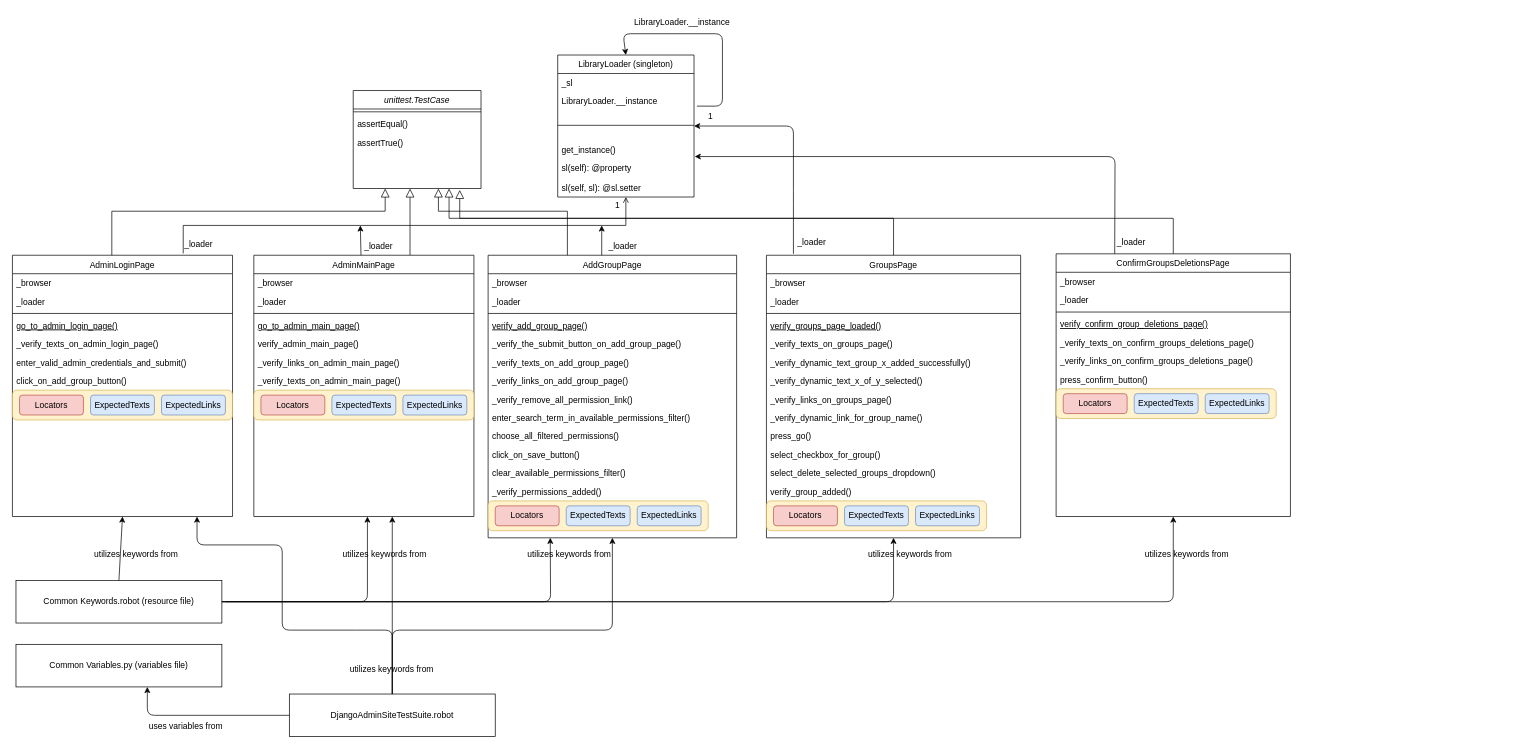
Above: Uml-Draw.io/DjangoAdminSiteTestSuite.drawio in TeddyTeddy/robot-fw-seleniumlibrary-tests (draw.io), before the change. Source tidied: cells renumbered, new cells numbered last; positions are measured from the earlier drawing's top-left corner, leaving out a move shared by most shapes. Both pictures are drawn from the tidied source at 71%, with x=0, y=0 at pixel (12, 12).
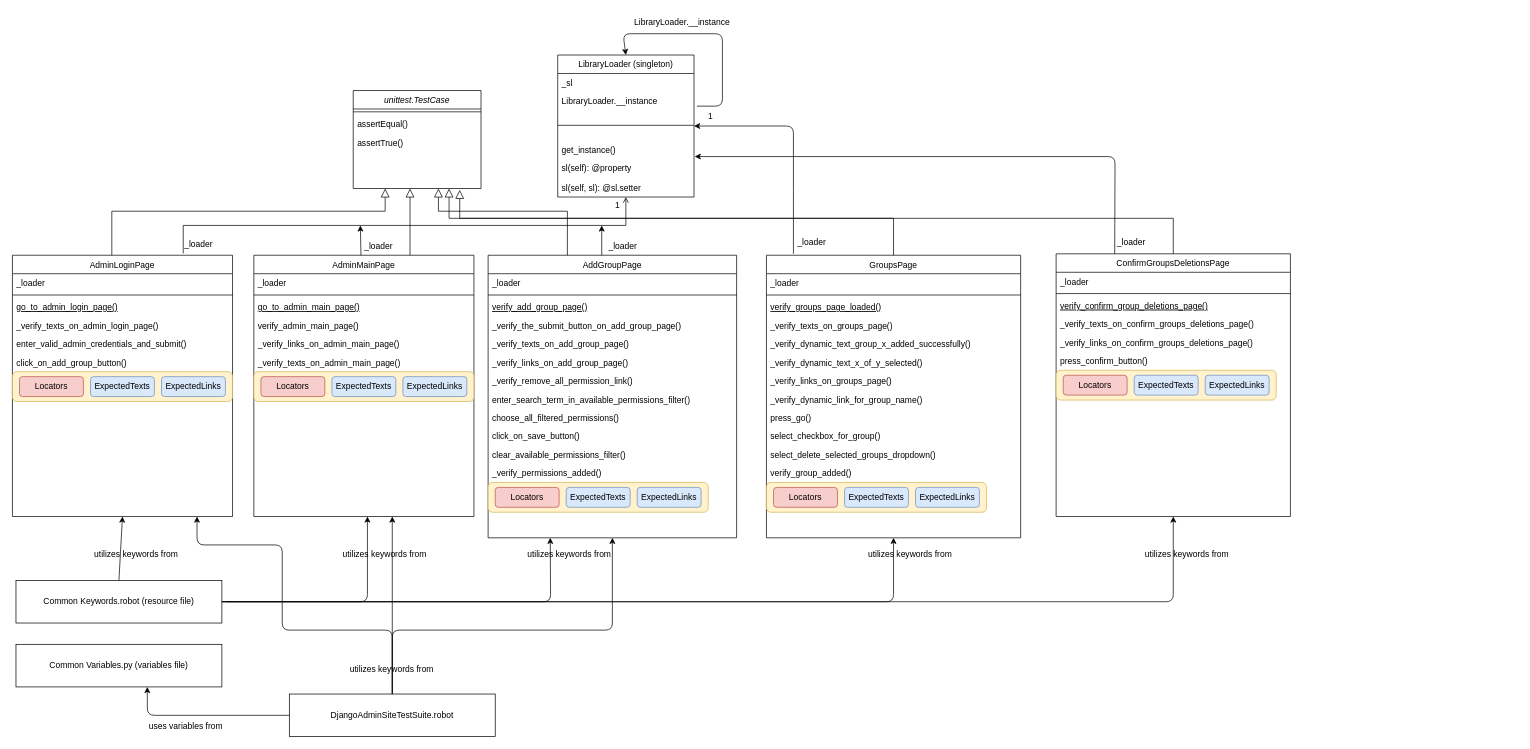
The same page after the edit.

Commit message (it also covers changes not shown here):
Updating UML diagrams with browser instance variables removed from *Page.py libraries

The change refers to these unchanged cells:
```xml
<mxCell id="6" value="AdminLoginPage" style="swimlane;fontStyle=0;align=center;verticalAlign=top;horizontal=1;startSize=26;rounded=0;shadow=0;strokeWidth=1;" parent="1" vertex="1">
  <mxGeometry y="342" width="310" height="368" as="geometry" />
</mxCell>
<mxCell id="33" value="AdminMainPage" style="swimlane;fontStyle=0;align=center;verticalAlign=top;horizontal=1;startSize=26;rounded=0;shadow=0;strokeWidth=1;" parent="1" vertex="1">
  <mxGeometry x="340" y="342" width="310" height="368" as="geometry" />
</mxCell>
<mxCell id="46" value="AddGroupPage" style="swimlane;fontStyle=0;align=center;verticalAlign=top;horizontal=1;startSize=26;rounded=0;shadow=0;strokeWidth=1;" parent="1" vertex="1">
  <mxGeometry x="670" y="342" width="350" height="398" as="geometry" />
</mxCell>
<mxCell id="71" value="GroupsPage" style="swimlane;fontStyle=0;align=center;verticalAlign=top;horizontal=1;startSize=26;rounded=0;shadow=0;strokeWidth=1;" parent="1" vertex="1">
  <mxGeometry x="1062" y="342" width="358" height="398" as="geometry" />
</mxCell>
<mxCell id="93" value="ConfirmGroupsDeletionsPage" style="swimlane;fontStyle=0;align=center;verticalAlign=top;horizontal=1;startSize=26;rounded=0;shadow=0;strokeWidth=1;" parent="1" vertex="1">
  <mxGeometry x="1470" y="340" width="330" height="370" as="geometry" />
</mxCell>
```

The edit, as a diff of the source:
```diff
@@
-    <mxCell id="7" value="_browser" style="text;align=left;verticalAlign=top;spacingLeft=4;spacingRight=4;overflow=hidden;" parent="6" vertex="1">
-      <mxGeometry y="26" width="310" height="26" as="geometry" />
-    </mxCell>
     <mxCell id="8" value="_loader" style="text;align=left;verticalAlign=top;spacingLeft=4;spacingRight=4;overflow=hidden;rounded=0;shadow=0;html=0;" parent="6" vertex="1">
-      <mxGeometry y="52" width="310" height="26" as="geometry" />
+      <mxGeometry y="26" width="310" height="26" as="geometry" />
     </mxCell>
     <mxCell id="9" style="line;html=1;strokeWidth=1;align=left;verticalAlign=middle;spacingTop=-1;spacingLeft=3;spacingRight=3;labelPosition=right;" parent="6" vertex="1">
-      <mxGeometry y="78" width="310" height="8" as="geometry" />
+      <mxGeometry y="52" width="310" height="8" as="geometry" />
     </mxCell>
     <mxCell id="10" value="go_to_admin_login_page()" style="text;align=left;verticalAlign=top;spacingLeft=4;spacingRight=4;overflow=hidden;fontStyle=4;" parent="6" vertex="1">
-      <mxGeometry y="86" width="310" height="26" as="geometry" />
+      <mxGeometry y="60" width="310" height="26" as="geometry" />
     </mxCell>
     <mxCell id="11" value="_verify_texts_on_admin_login_page()&#10;" style="text;align=left;verticalAlign=top;spacingLeft=4;spacingRight=4;overflow=hidden;" parent="6" vertex="1">
-      <mxGeometry y="112" width="310" height="26" as="geometry" />
+      <mxGeometry y="86" width="310" height="26" as="geometry" />
     </mxCell>
     <mxCell id="12" value="enter_valid_admin_credentials_and_submit()&#10;" style="text;align=left;verticalAlign=top;spacingLeft=4;spacingRight=4;overflow=hidden;" parent="6" vertex="1">
-      <mxGeometry y="138" width="310" height="26" as="geometry" />
+      <mxGeometry y="112" width="310" height="26" as="geometry" />
     </mxCell>
     <mxCell id="13" value="click_on_add_group_button()" style="text;align=left;verticalAlign=top;spacingLeft=4;spacingRight=4;overflow=hidden;" parent="6" vertex="1">
-      <mxGeometry y="164" width="310" height="26" as="geometry" />
+      <mxGeometry y="138" width="310" height="26" as="geometry" />
     </mxCell>
     <mxCell id="14" style="group;" parent="6" vertex="1">
-      <mxGeometry y="190" width="310" height="42" as="geometry" />
+      <mxGeometry y="164" width="310" height="42" as="geometry" />
     </mxCell>
@@
-    <mxCell id="34" value="_browser" style="text;align=left;verticalAlign=top;spacingLeft=4;spacingRight=4;overflow=hidden;" parent="33" vertex="1">
-      <mxGeometry y="26" width="310" height="26" as="geometry" />
-    </mxCell>
     <mxCell id="35" value="_loader" style="text;align=left;verticalAlign=top;spacingLeft=4;spacingRight=4;overflow=hidden;rounded=0;shadow=0;html=0;" parent="33" vertex="1">
-      <mxGeometry y="52" width="310" height="26" as="geometry" />
+      <mxGeometry y="26" width="310" height="26" as="geometry" />
     </mxCell>
     <mxCell id="36" style="line;html=1;strokeWidth=1;align=left;verticalAlign=middle;spacingTop=-1;spacingLeft=3;spacingRight=3;labelPosition=right;" parent="33" vertex="1">
-      <mxGeometry y="78" width="310" height="8" as="geometry" />
+      <mxGeometry y="52" width="310" height="8" as="geometry" />
     </mxCell>
     <mxCell id="37" value="go_to_admin_main_page()" style="text;align=left;verticalAlign=top;spacingLeft=4;spacingRight=4;overflow=hidden;fontStyle=4;" parent="33" vertex="1">
-      <mxGeometry y="86" width="310" height="26" as="geometry" />
+      <mxGeometry y="60" width="310" height="26" as="geometry" />
     </mxCell>
     <mxCell id="38" value="verify_admin_main_page()" style="text;align=left;verticalAlign=top;spacingLeft=4;spacingRight=4;overflow=hidden;" parent="33" vertex="1">
-      <mxGeometry y="112" width="310" height="26" as="geometry" />
+      <mxGeometry y="86" width="310" height="26" as="geometry" />
     </mxCell>
     <mxCell id="39" value="_verify_links_on_admin_main_page()&#10;" style="text;align=left;verticalAlign=top;spacingLeft=4;spacingRight=4;overflow=hidden;" parent="33" vertex="1">
-      <mxGeometry y="138" width="310" height="26" as="geometry" />
+      <mxGeometry y="112" width="310" height="26" as="geometry" />
     </mxCell>
     <mxCell id="40" value="_verify_texts_on_admin_main_page()" style="text;align=left;verticalAlign=top;spacingLeft=4;spacingRight=4;overflow=hidden;" parent="33" vertex="1">
-      <mxGeometry y="164" width="310" height="26" as="geometry" />
+      <mxGeometry y="138" width="310" height="26" as="geometry" />
     </mxCell>
     <mxCell id="41" style="group;" parent="33" vertex="1">
-      <mxGeometry y="190" width="310" height="42" as="geometry" />
+      <mxGeometry y="164" width="310" height="42" as="geometry" />
     </mxCell>
@@
-    <mxCell id="47" value="_browser" style="text;align=left;verticalAlign=top;spacingLeft=4;spacingRight=4;overflow=hidden;" parent="46" vertex="1">
-      <mxGeometry y="26" width="350" height="26" as="geometry" />
-    </mxCell>
     <mxCell id="48" value="_loader" style="text;align=left;verticalAlign=top;spacingLeft=4;spacingRight=4;overflow=hidden;rounded=0;shadow=0;html=0;" parent="46" vertex="1">
-      <mxGeometry y="52" width="350" height="26" as="geometry" />
+      <mxGeometry y="26" width="350" height="26" as="geometry" />
     </mxCell>
     <mxCell id="49" style="line;html=1;strokeWidth=1;align=left;verticalAlign=middle;spacingTop=-1;spacingLeft=3;spacingRight=3;labelPosition=right;" parent="46" vertex="1">
-      <mxGeometry y="78" width="350" height="8" as="geometry" />
+      <mxGeometry y="52" width="350" height="8" as="geometry" />
     </mxCell>
     <mxCell id="50" value="verify_add_group_page()" style="text;align=left;verticalAlign=top;spacingLeft=4;spacingRight=4;overflow=hidden;fontStyle=4;" parent="46" vertex="1">
-      <mxGeometry y="86" width="350" height="26" as="geometry" />
+      <mxGeometry y="60" width="350" height="26" as="geometry" />
     </mxCell>
     <mxCell id="51" value="_verify_the_submit_button_on_add_group_page()" style="text;align=left;verticalAlign=top;spacingLeft=4;spacingRight=4;overflow=hidden;" parent="46" vertex="1">
-      <mxGeometry y="112" width="350" height="26" as="geometry" />
+      <mxGeometry y="86" width="350" height="26" as="geometry" />
     </mxCell>
     <mxCell id="52" value="_verify_texts_on_add_group_page()&#10;" style="text;align=left;verticalAlign=top;spacingLeft=4;spacingRight=4;overflow=hidden;" parent="46" vertex="1">
-      <mxGeometry y="138" width="350" height="26" as="geometry" />
+      <mxGeometry y="112" width="350" height="26" as="geometry" />
     </mxCell>
     <mxCell id="53" value="_verify_links_on_add_group_page()" style="text;align=left;verticalAlign=top;spacingLeft=4;spacingRight=4;overflow=hidden;" parent="46" vertex="1">
-      <mxGeometry y="164" width="350" height="26" as="geometry" />
+      <mxGeometry y="138" width="350" height="26" as="geometry" />
     </mxCell>
     <mxCell id="54" value="_verify_remove_all_permission_link()" style="text;align=left;verticalAlign=top;spacingLeft=4;spacingRight=4;overflow=hidden;" parent="46" vertex="1">
-      <mxGeometry y="190" width="350" height="26" as="geometry" />
+      <mxGeometry y="164" width="350" height="26" as="geometry" />
     </mxCell>
     <mxCell id="55" value="enter_search_term_in_available_permissions_filter()" style="text;align=left;verticalAlign=top;spacingLeft=4;spacingRight=4;overflow=hidden;" parent="46" vertex="1">
-      <mxGeometry y="216" width="350" height="26" as="geometry" />
+      <mxGeometry y="190" width="350" height="26" as="geometry" />
     </mxCell>
     <mxCell id="56" value="choose_all_filtered_permissions()" style="text;align=left;verticalAlign=top;spacingLeft=4;spacingRight=4;overflow=hidden;" parent="46" vertex="1">
-      <mxGeometry y="242" width="350" height="26" as="geometry" />
+      <mxGeometry y="216" width="350" height="26" as="geometry" />
     </mxCell>
     <mxCell id="57" value="click_on_save_button()" style="text;align=left;verticalAlign=top;spacingLeft=4;spacingRight=4;overflow=hidden;" parent="46" vertex="1">
-      <mxGeometry y="268" width="350" height="26" as="geometry" />
+      <mxGeometry y="242" width="350" height="26" as="geometry" />
     </mxCell>
     <mxCell id="58" value="clear_available_permissions_filter()" style="text;align=left;verticalAlign=top;spacingLeft=4;spacingRight=4;overflow=hidden;" parent="46" vertex="1">
-      <mxGeometry y="294" width="350" height="26" as="geometry" />
+      <mxGeometry y="268" width="350" height="26" as="geometry" />
     </mxCell>
     <mxCell id="59" value="_verify_permissions_added()" style="text;align=left;verticalAlign=top;spacingLeft=4;spacingRight=4;overflow=hidden;" parent="46" vertex="1">
-      <mxGeometry y="320" width="350" height="26" as="geometry" />
+      <mxGeometry y="294" width="350" height="26" as="geometry" />
     </mxCell>
     <mxCell id="60" style="group;" parent="46" vertex="1">
-      <mxGeometry y="346" width="350" height="42" as="geometry" />
+      <mxGeometry y="320" width="350" height="42" as="geometry" />
     </mxCell>
@@
-    <mxCell id="72" value="_browser" style="text;align=left;verticalAlign=top;spacingLeft=4;spacingRight=4;overflow=hidden;" parent="71" vertex="1">
-      <mxGeometry y="26" width="358" height="26" as="geometry" />
-    </mxCell>
     <mxCell id="73" value="_loader" style="text;align=left;verticalAlign=top;spacingLeft=4;spacingRight=4;overflow=hidden;rounded=0;shadow=0;html=0;" parent="71" vertex="1">
-      <mxGeometry y="52" width="358" height="26" as="geometry" />
+      <mxGeometry y="26" width="358" height="26" as="geometry" />
     </mxCell>
     <mxCell id="74" style="line;html=1;strokeWidth=1;align=left;verticalAlign=middle;spacingTop=-1;spacingLeft=3;spacingRight=3;labelPosition=right;" parent="71" vertex="1">
-      <mxGeometry y="78" width="358" height="8" as="geometry" />
+      <mxGeometry y="52" width="358" height="8" as="geometry" />
     </mxCell>
     <mxCell id="75" value="verify_groups_page_loaded()" style="text;align=left;verticalAlign=top;spacingLeft=4;spacingRight=4;overflow=hidden;fontStyle=4;" parent="71" vertex="1">
-      <mxGeometry y="86" width="358" height="26" as="geometry" />
+      <mxGeometry y="60" width="358" height="26" as="geometry" />
     </mxCell>
     <mxCell id="76" value="_verify_texts_on_groups_page()" style="text;align=left;verticalAlign=top;spacingLeft=4;spacingRight=4;overflow=hidden;" parent="71" vertex="1">
-      <mxGeometry y="112" width="358" height="26" as="geometry" />
+      <mxGeometry y="86" width="358" height="26" as="geometry" />
     </mxCell>
     <mxCell id="77" value="_verify_dynamic_text_group_x_added_successfully()" style="text;align=left;verticalAlign=top;spacingLeft=4;spacingRight=4;overflow=hidden;" parent="71" vertex="1">
-      <mxGeometry y="138" width="358" height="26" as="geometry" />
+      <mxGeometry y="112" width="358" height="26" as="geometry" />
     </mxCell>
     <mxCell id="78" value="_verify_dynamic_text_x_of_y_selected()" style="text;align=left;verticalAlign=top;spacingLeft=4;spacingRight=4;overflow=hidden;" parent="71" vertex="1">
-      <mxGeometry y="164" width="358" height="26" as="geometry" />
+      <mxGeometry y="138" width="358" height="26" as="geometry" />
     </mxCell>
     <mxCell id="79" value="_verify_links_on_groups_page()&#10;" style="text;align=left;verticalAlign=top;spacingLeft=4;spacingRight=4;overflow=hidden;" parent="71" vertex="1">
-      <mxGeometry y="190" width="358" height="26" as="geometry" />
+      <mxGeometry y="164" width="358" height="26" as="geometry" />
     </mxCell>
     <mxCell id="80" value="_verify_dynamic_link_for_group_name()" style="text;align=left;verticalAlign=top;spacingLeft=4;spacingRight=4;overflow=hidden;" parent="71" vertex="1">
-      <mxGeometry y="216" width="358" height="26" as="geometry" />
+      <mxGeometry y="190" width="358" height="26" as="geometry" />
     </mxCell>
     <mxCell id="81" value="press_go()" style="text;align=left;verticalAlign=top;spacingLeft=4;spacingRight=4;overflow=hidden;" parent="71" vertex="1">
-      <mxGeometry y="242" width="358" height="26" as="geometry" />
+      <mxGeometry y="216" width="358" height="26" as="geometry" />
     </mxCell>
     <mxCell id="82" value="select_checkbox_for_group()" style="text;align=left;verticalAlign=top;spacingLeft=4;spacingRight=4;overflow=hidden;" parent="71" vertex="1">
-      <mxGeometry y="268" width="358" height="26" as="geometry" />
+      <mxGeometry y="242" width="358" height="26" as="geometry" />
     </mxCell>
     <mxCell id="83" value="select_delete_selected_groups_dropdown()" style="text;align=left;verticalAlign=top;spacingLeft=4;spacingRight=4;overflow=hidden;" parent="71" vertex="1">
-      <mxGeometry y="294" width="358" height="26" as="geometry" />
+      <mxGeometry y="268" width="358" height="26" as="geometry" />
     </mxCell>
     <mxCell id="84" value="verify_group_added()" style="text;align=left;verticalAlign=top;spacingLeft=4;spacingRight=4;overflow=hidden;" parent="71" vertex="1">
-      <mxGeometry y="320" width="358" height="26" as="geometry" />
+      <mxGeometry y="294" width="358" height="26" as="geometry" />
     </mxCell>
     <mxCell id="85" style="group;" parent="71" vertex="1">
-      <mxGeometry y="346" width="358" height="42" as="geometry" />
+      <mxGeometry y="320" width="358" height="42" as="geometry" />
     </mxCell>
@@
-    <mxCell id="94" value="_browser" style="text;align=left;verticalAlign=top;spacingLeft=4;spacingRight=4;overflow=hidden;" parent="93" vertex="1">
-      <mxGeometry y="26" width="330" height="26" as="geometry" />
-    </mxCell>
     <mxCell id="95" value="_loader" style="text;align=left;verticalAlign=top;spacingLeft=4;spacingRight=4;overflow=hidden;rounded=0;shadow=0;html=0;" parent="93" vertex="1">
-      <mxGeometry y="52" width="330" height="26" as="geometry" />
+      <mxGeometry y="26" width="330" height="26" as="geometry" />
     </mxCell>
     <mxCell id="96" style="line;html=1;strokeWidth=1;align=left;verticalAlign=middle;spacingTop=-1;spacingLeft=3;spacingRight=3;labelPosition=right;" parent="93" vertex="1">
-      <mxGeometry y="78" width="330" height="8" as="geometry" />
+      <mxGeometry y="52" width="330" height="8" as="geometry" />
     </mxCell>
     <mxCell id="97" value="verify_confirm_group_deletions_page()" style="text;align=left;verticalAlign=top;spacingLeft=4;spacingRight=4;overflow=hidden;fontStyle=4;" parent="93" vertex="1">
-      <mxGeometry y="86" width="330" height="26" as="geometry" />
+      <mxGeometry y="60" width="330" height="26" as="geometry" />
     </mxCell>
     <mxCell id="98" value="_verify_texts_on_confirm_groups_deletions_page()" style="text;align=left;verticalAlign=top;spacingLeft=4;spacingRight=4;overflow=hidden;" parent="93" vertex="1">
-      <mxGeometry y="112" width="330" height="26" as="geometry" />
+      <mxGeometry y="86" width="330" height="26" as="geometry" />
     </mxCell>
     <mxCell id="99" value="_verify_links_on_confirm_groups_deletions_page()" style="text;align=left;verticalAlign=top;spacingLeft=4;spacingRight=4;overflow=hidden;" parent="93" vertex="1">
-      <mxGeometry y="138" width="330" height="26" as="geometry" />
+      <mxGeometry y="112" width="330" height="26" as="geometry" />
     </mxCell>
     <mxCell id="100" value="press_confirm_button()" style="text;align=left;verticalAlign=top;spacingLeft=4;spacingRight=4;overflow=hidden;" parent="93" vertex="1">
-      <mxGeometry y="164" width="330" height="26" as="geometry" />
+      <mxGeometry y="138" width="330" height="26" as="geometry" />
     </mxCell>
     <mxCell id="101" style="group;" parent="93" vertex="1">
-      <mxGeometry y="190" width="330" height="42" as="geometry" />
+      <mxGeometry y="164" width="330" height="42" as="geometry" />
     </mxCell>
```
